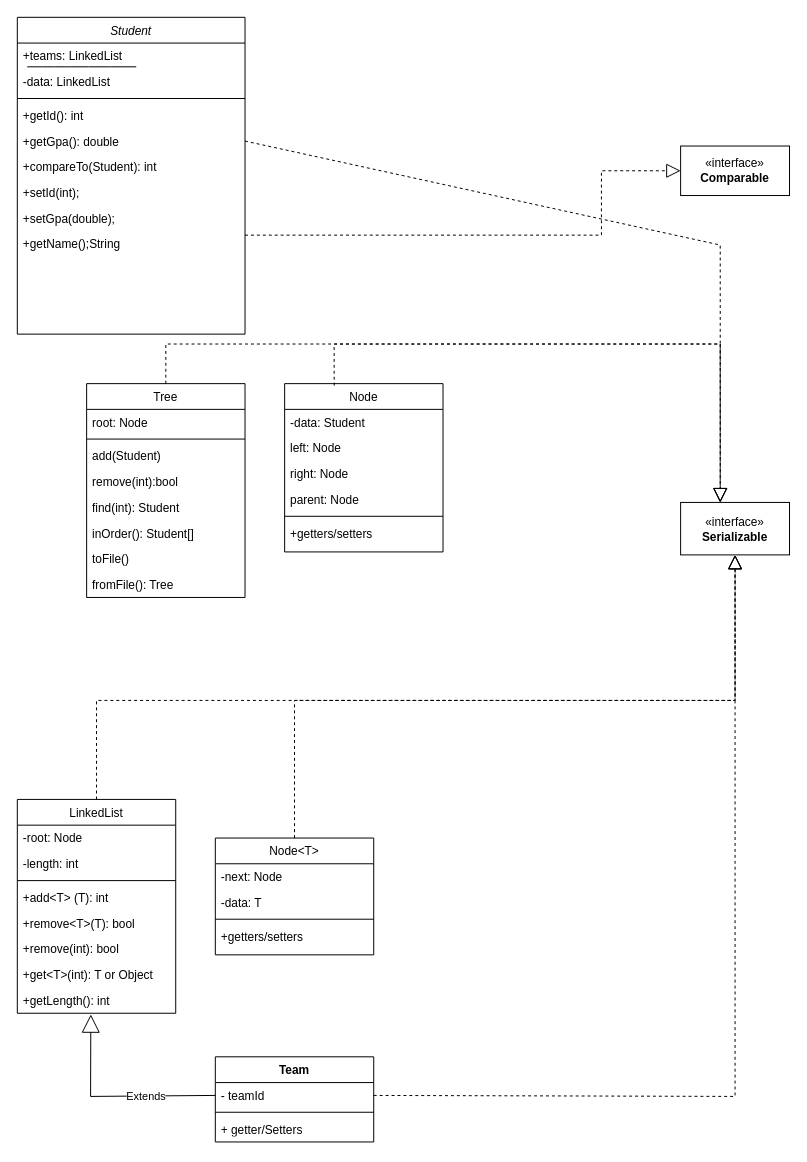
Pearow/DSA-Project keeps this draw.io diagram as DSA Project UML.drawio. Above is the earlier version. Source tidied: cells renumbered, new cells numbered last; positions are measured from the earlier drawing's top-left corner, leaving out a move shared by most shapes. Both pictures are drawn from the tidied source at 99%, with x=0, y=0 at pixel (17, 17).
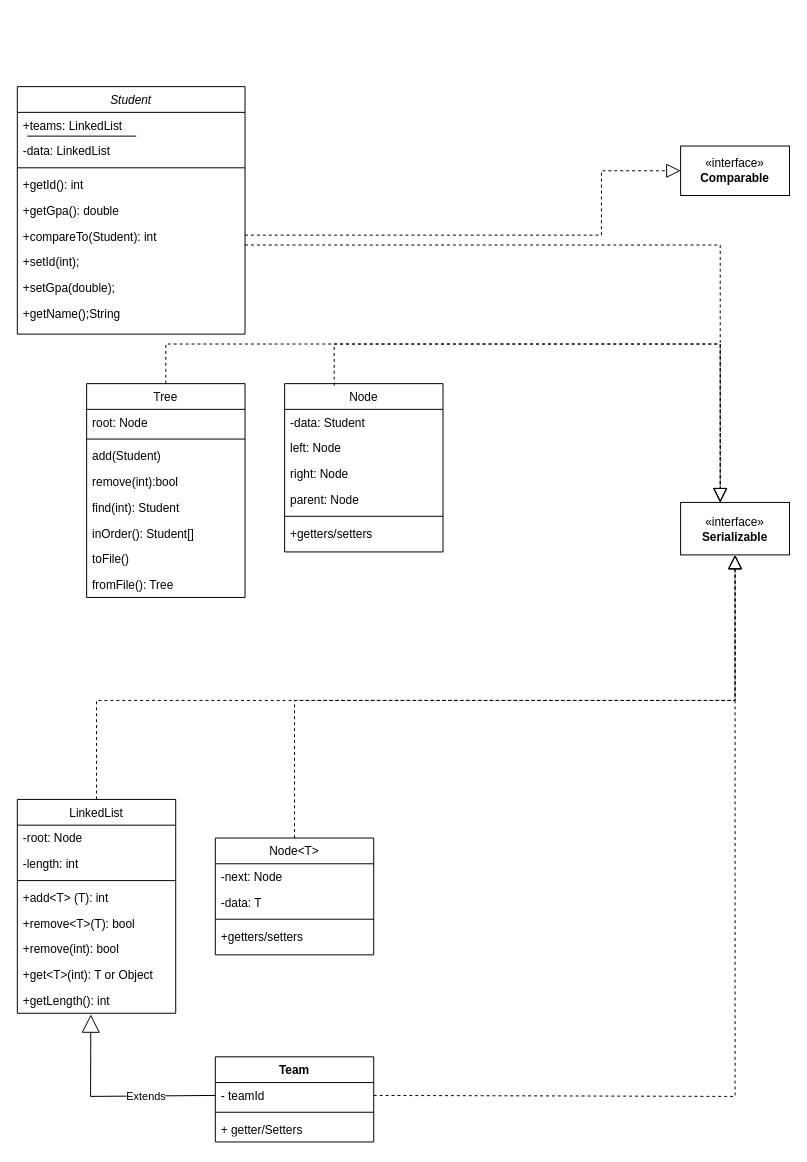
After the change.

The change refers to these unchanged cells:
```xml
<mxCell id="8" value="+getGpa(): double&#10;" style="text;align=left;verticalAlign=top;spacingLeft=4;spacingRight=4;overflow=hidden;points=[[0,0.5],[1,0.5]];portConstraint=eastwest;" parent="2" vertex="1">
  <mxGeometry y="112" width="230" height="26" as="geometry" />
</mxCell>
<mxCell id="9" value="+compareTo(Student): int&#10;" style="text;align=left;verticalAlign=top;spacingLeft=4;spacingRight=4;overflow=hidden;points=[[0,0.5],[1,0.5]];portConstraint=eastwest;" parent="2" vertex="1">
  <mxGeometry y="138" width="230" height="26" as="geometry" />
</mxCell>
```

What changed in the source:
```diff
@@
     <mxCell id="2" value="Student&#10;" style="swimlane;fontStyle=2;align=center;verticalAlign=top;horizontal=1;startSize=26;rounded=0;shadow=0;strokeWidth=1;" parent="1" vertex="1">
-      <mxGeometry width="230" height="320" as="geometry" />
+      <mxGeometry y="70" width="230" height="250" as="geometry" />
     </mxCell>
@@
-    <mxCell id="46" style="endArrow=block;dashed=1;endFill=0;endSize=12;html=1;rounded=0;exitX=1;exitY=0.5;exitDx=0;exitDy=0;" parent="1" edge="1" source="8">
+    <mxCell id="46" style="endArrow=block;dashed=1;endFill=0;endSize=12;html=1;rounded=0;exitX=1;exitY=0.846;exitDx=0;exitDy=0;exitPerimeter=0;" parent="1" edge="1" source="9">
       <mxGeometry relative="1" as="geometry">
         <mxPoint x="710" y="490" as="targetPoint" />
         <Array as="points">
           <mxPoint x="710" y="230" />
         </Array>
       </mxGeometry>
     </mxCell>
```
